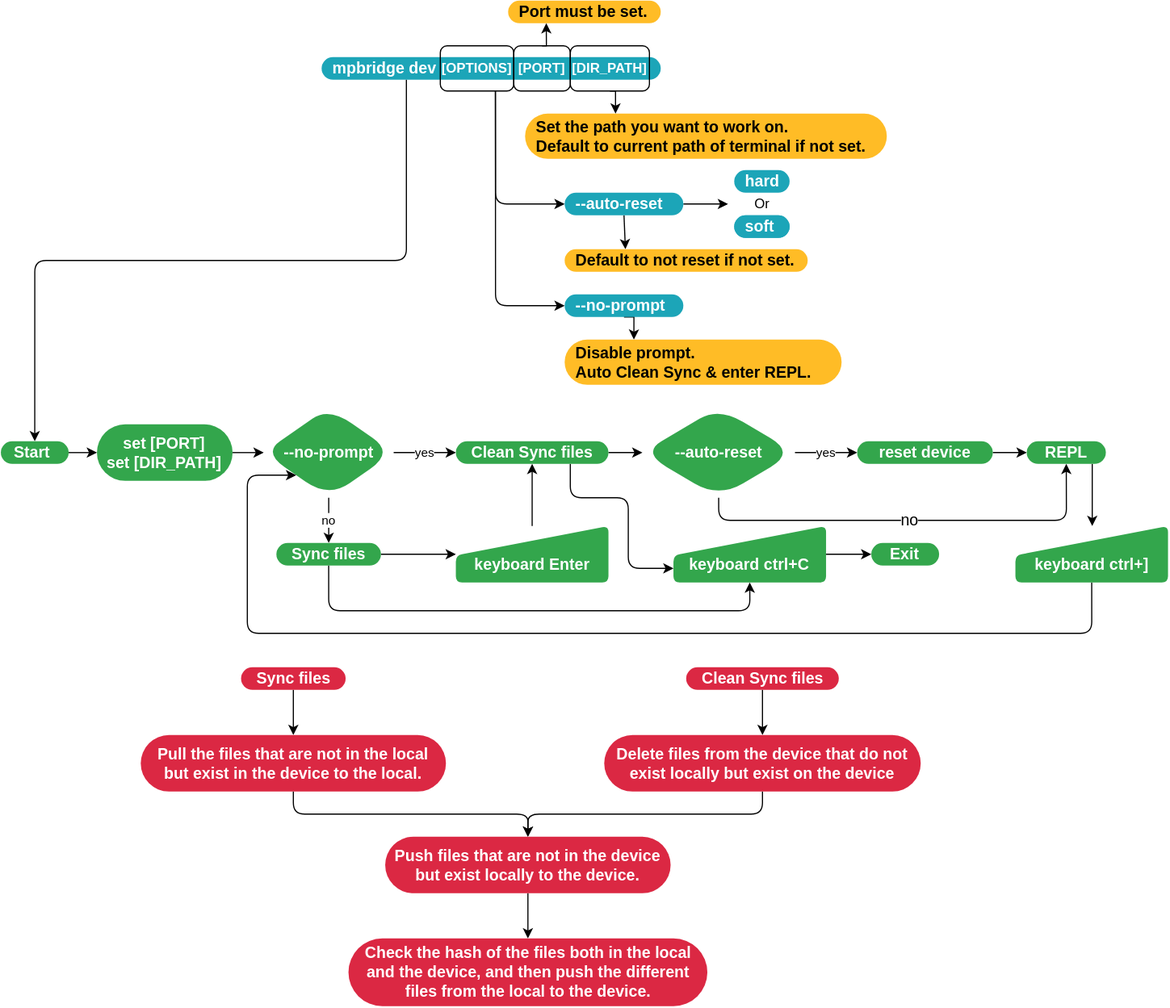
Above: mpbridge-Page-1.drawio.svg in Wind-stormger/mpbridge-drawio (draw.io), before the change. Source tidied: cells renumbered, new cells last; positions are measured from the earlier drawing's top-left corner, leaving out a move shared by most shapes.
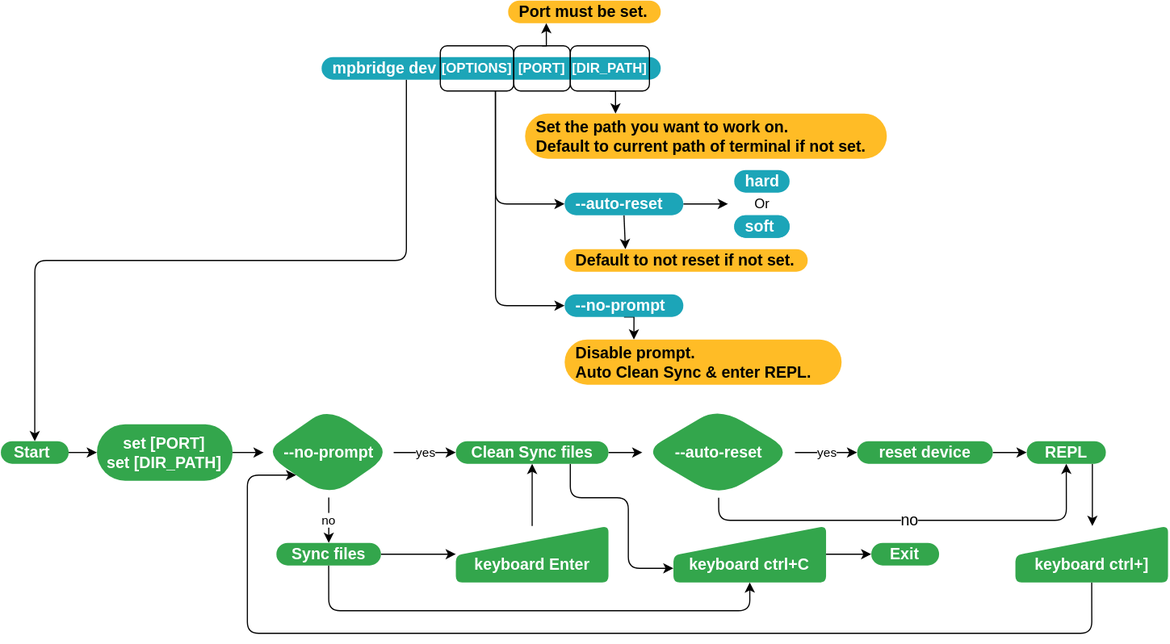
After the commit.

Diff of the diagram source:
```diff
@@ -181,38 +181,5 @@
     <mxCell id="52" value="set [PORT]&lt;br&gt;set&amp;nbsp;[DIR_PATH]" style="whiteSpace=wrap;html=1;fontSize=14;fillColor=#33A64C;strokeColor=none;fontColor=#FFFFFF;rounded=1;arcSize=50;strokeWidth=1;spacingLeft=0;fontStyle=1;spacing=10;fillStyle=auto;" parent="1" vertex="1">
       <mxGeometry x="85.2" y="375" width="120" height="50" as="geometry" />
     </mxCell>
-    <mxCell id="53" style="edgeStyle=orthogonalEdgeStyle;rounded=0;jettySize=auto;html=1;fontColor=#000000;" parent="1" edge="1" source="54" target="58">
-      <mxGeometry relative="1" as="geometry" />
-    </mxCell>
-    <mxCell id="54" value="Sync files" style="rounded=1;whiteSpace=wrap;html=1;arcSize=50;strokeColor=none;strokeWidth=1;fillColor=#DB2843;fontColor=#FFFFFF;whiteSpace=wrap;align=center;verticalAlign=middle;spacingLeft=0;fontStyle=1;fontSize=14;spacing=10;fillStyle=auto;" parent="1" vertex="1">
-      <mxGeometry x="212.8" y="590" width="92.5" height="20" as="geometry" />
-    </mxCell>
-    <mxCell id="55" style="edgeStyle=orthogonalEdgeStyle;rounded=0;jettySize=auto;html=1;fontColor=#000000;" parent="1" edge="1" source="56" target="60">
-      <mxGeometry relative="1" as="geometry" />
-    </mxCell>
-    <mxCell id="56" value="Clean Sync files" style="whiteSpace=wrap;html=1;fontSize=14;fillColor=#DB2843;strokeColor=none;fontColor=#FFFFFF;rounded=1;arcSize=50;strokeWidth=1;spacingLeft=0;fontStyle=1;spacing=10;fillStyle=auto;" parent="1" vertex="1">
-      <mxGeometry x="606.5" y="590" width="135" height="20" as="geometry" />
-    </mxCell>
-    <mxCell id="57" style="edgeStyle=orthogonalEdgeStyle;rounded=1;jettySize=auto;html=1;exitX=0.5;exitY=1;exitDx=0;exitDy=0;entryX=0.5;entryY=0;entryDx=0;entryDy=0;fontColor=#000000;" parent="1" edge="1" source="58" target="62">
-      <mxGeometry relative="1" as="geometry" />
-    </mxCell>
-    <mxCell id="58" value="Pull the files that are not in the local but exist in the device to the local." style="whiteSpace=wrap;html=1;fontSize=14;fillColor=#db2843;strokeColor=none;fontColor=#FFFFFF;rounded=1;arcSize=50;strokeWidth=1;spacingLeft=0;fontStyle=1;spacing=10;fillStyle=auto;" parent="1" vertex="1">
-      <mxGeometry x="124" y="650" width="270" height="50" as="geometry" />
-    </mxCell>
-    <mxCell id="59" style="edgeStyle=orthogonalEdgeStyle;rounded=1;jettySize=auto;html=1;exitX=0.5;exitY=1;exitDx=0;exitDy=0;entryX=0.5;entryY=0;entryDx=0;entryDy=0;fontColor=#000000;" parent="1" edge="1" source="60" target="62">
-      <mxGeometry relative="1" as="geometry" />
-    </mxCell>
-    <mxCell id="60" value="Delete files from the device that do not exist locally but exist on the device" style="whiteSpace=wrap;html=1;fontSize=14;fillColor=#db2843;strokeColor=none;fontColor=#FFFFFF;rounded=1;arcSize=50;strokeWidth=1;spacingLeft=0;fontStyle=1;spacing=10;fillStyle=auto;" parent="1" vertex="1">
-      <mxGeometry x="534" y="650" width="280" height="50" as="geometry" />
-    </mxCell>
-    <mxCell id="61" style="edgeStyle=orthogonalEdgeStyle;rounded=0;jettySize=auto;html=1;fontColor=#000000;" parent="1" edge="1" source="62" target="63">
-      <mxGeometry relative="1" as="geometry" />
-    </mxCell>
-    <mxCell id="62" value="Push files that are not in the device but exist locally to the device." style="whiteSpace=wrap;html=1;fontSize=14;fillColor=#db2843;strokeColor=none;fontColor=#FFFFFF;rounded=1;arcSize=50;strokeWidth=1;spacingLeft=0;fontStyle=1;spacing=10;fillStyle=auto;" parent="1" vertex="1">
-      <mxGeometry x="340.2" y="740" width="252.5" height="50" as="geometry" />
-    </mxCell>
-    <mxCell id="63" value="Check the hash of the files both in the local and the device,&amp;nbsp;and then push the different files from the local to the device." style="whiteSpace=wrap;html=1;fontSize=14;fillColor=#db2843;strokeColor=none;fontColor=#FFFFFF;rounded=1;arcSize=50;strokeWidth=1;spacingLeft=0;fontStyle=1;spacing=10;fillStyle=auto;" parent="1" vertex="1">
-      <mxGeometry x="307.8" y="830" width="317.5" height="60" as="geometry" />
-    </mxCell>
   </root>
 </mxGraphModel>
```
